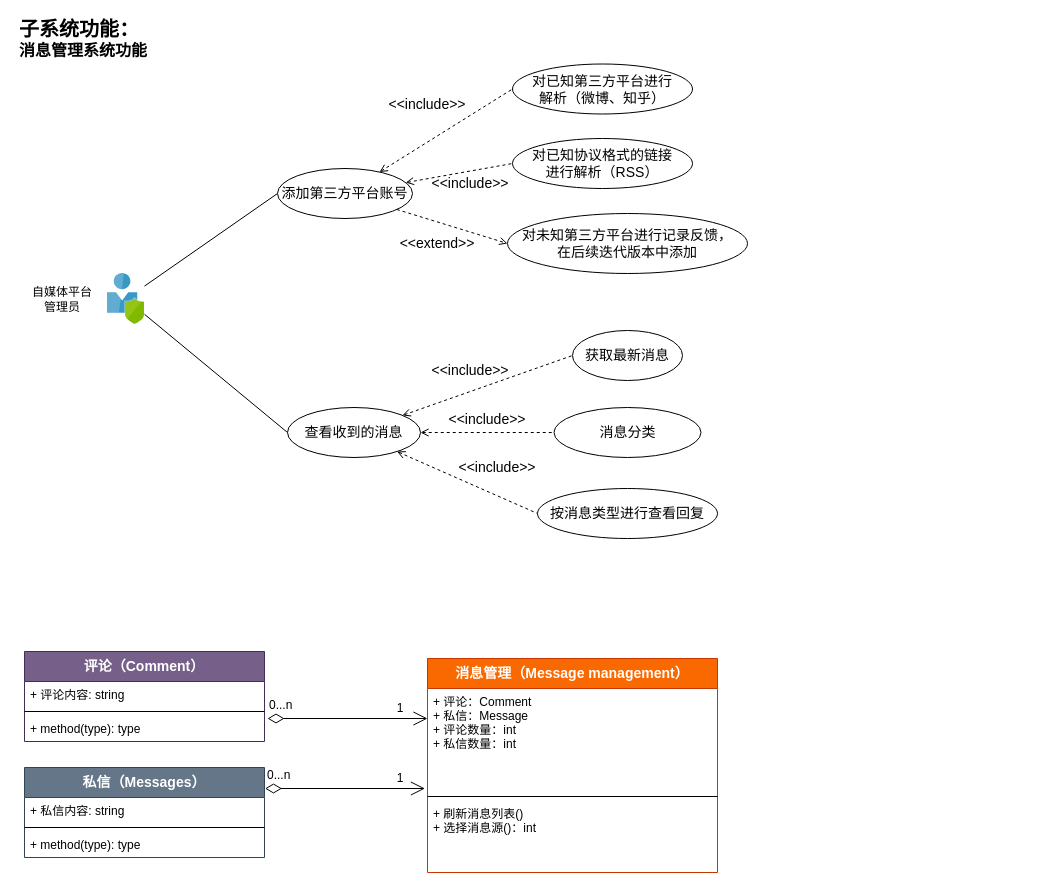
Above: 1-SoftwareRequirements/Messages/msg_usercase.drawio in zan-press/diagram (draw.io), before the change. Source tidied: cells renumbered, new cells numbered last; positions are measured from the earlier drawing's top-left corner, leaving out a move shared by most shapes. Both pictures are drawn from the tidied source at 100%, with x=0, y=0 at pixel (17, 18).
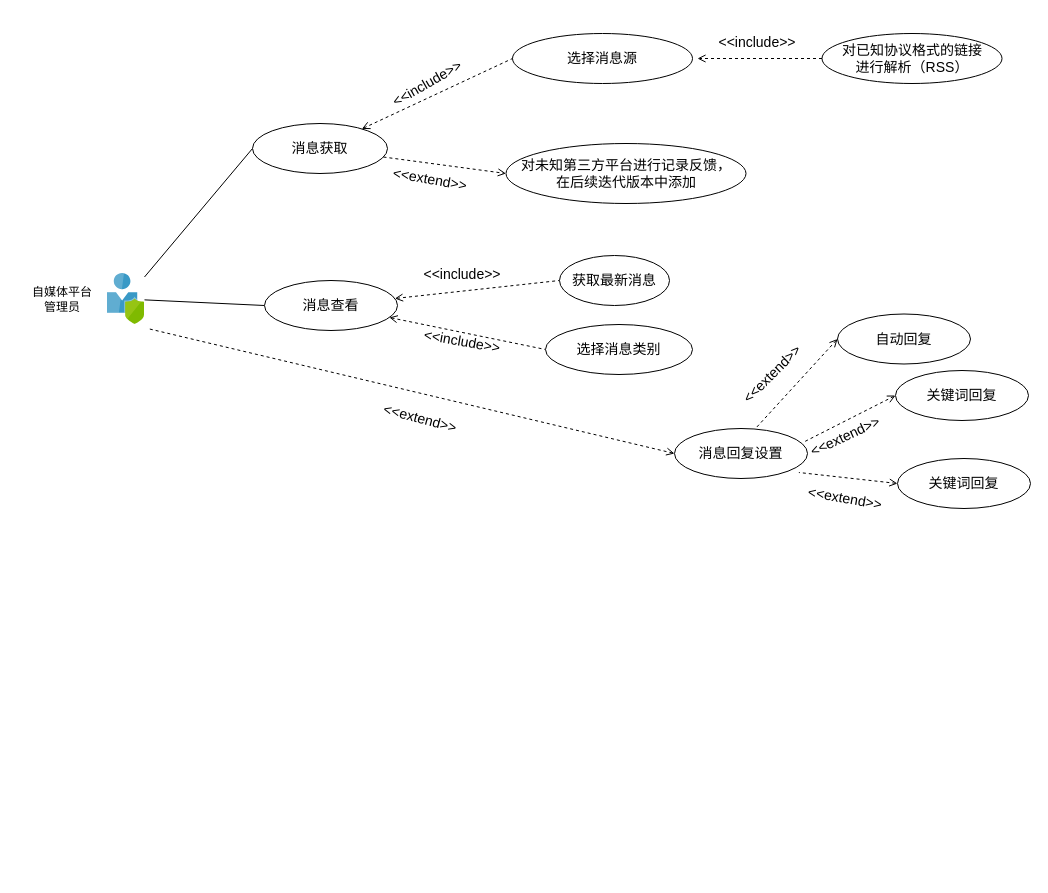
Above is the later version.

What changed in the source:
```diff
@@
-    <mxCell id="5" value="&lt;font style=&quot;font-size: 20px&quot;&gt;子系统功能：&lt;/font&gt;&lt;br style=&quot;font-size: 16px&quot;&gt;消息管理系统功能" style="text;html=1;strokeColor=none;fillColor=none;align=left;verticalAlign=middle;whiteSpace=wrap;rounded=0;fontFamily=SF Mono;fontStyle=1;fontSize=16;" parent="1" vertex="1">
-      <mxGeometry width="200" height="40" as="geometry" />
-    </mxCell>
@@
-    <mxCell id="9" style="edgeStyle=none;rounded=0;jettySize=auto;html=1;entryX=0;entryY=0.5;entryDx=0;entryDy=0;dashed=1;startArrow=open;startFill=0;endArrow=none;endFill=0;fontFamily=SF Mono;fontSize=14;" parent="1" edge="1" source="16" target="14">
-      <mxGeometry relative="1" as="geometry" />
-    </mxCell>
-    <mxCell id="10" value="添加第三方平台账号" style="ellipse;whiteSpace=wrap;html=1;fontFamily=SF Mono;fontSize=14;" parent="1" vertex="1">
-      <mxGeometry x="260" y="150" width="135" height="50" as="geometry" />
+    <mxCell id="10" value="消息获取" style="ellipse;whiteSpace=wrap;html=1;fontFamily=SF Mono;fontSize=14;" parent="1" vertex="1">
+      <mxGeometry x="235" y="105" width="135" height="50" as="geometry" />
     </mxCell>
-    <mxCell id="11" value="&amp;lt;&amp;lt;extend&amp;gt;&amp;gt;" style="text;html=1;strokeColor=none;fillColor=none;align=center;verticalAlign=middle;whiteSpace=wrap;rounded=0;fontFamily=SF Mono;fontSize=14;rotation=0;" parent="1" vertex="1">
-      <mxGeometry x="370" y="215" width="100" height="20" as="geometry" />
+    <mxCell id="11" value="&amp;lt;&amp;lt;extend&amp;gt;&amp;gt;" style="text;html=1;strokeColor=none;fillColor=none;align=center;verticalAlign=middle;whiteSpace=wrap;rounded=0;fontFamily=SF Mono;fontSize=14;rotation=10;" parent="1" vertex="1">
+      <mxGeometry x="363" y="150.5" width="100" height="20" as="geometry" />
     </mxCell>
     <mxCell id="12" value="获取最新消息" style="ellipse;whiteSpace=wrap;html=1;fontFamily=SF Mono;fontSize=14;" parent="1" vertex="1">
-      <mxGeometry x="555" y="312" width="110" height="50" as="geometry" />
+      <mxGeometry x="542" y="237" width="110" height="50" as="geometry" />
     </mxCell>
-    <mxCell id="13" value="消息分类" style="ellipse;whiteSpace=wrap;html=1;fontFamily=SF Mono;fontSize=14;" parent="1" vertex="1">
-      <mxGeometry x="536.5" y="389" width="147" height="50" as="geometry" />
+    <mxCell id="13" value="选择消息类别" style="ellipse;whiteSpace=wrap;html=1;fontFamily=SF Mono;fontSize=14;" parent="1" vertex="1">
+      <mxGeometry x="528" y="306" width="147" height="50" as="geometry" />
     </mxCell>
-    <mxCell id="14" value="按消息类型进行查看回复" style="ellipse;whiteSpace=wrap;html=1;fontFamily=SF Mono;fontSize=14;" parent="1" vertex="1">
-      <mxGeometry x="520" y="470" width="180" height="50" as="geometry" />
-    </mxCell>
     <mxCell id="15" value="&amp;lt;&amp;lt;include&amp;gt;&amp;gt;" style="text;html=1;strokeColor=none;fillColor=none;align=center;verticalAlign=middle;whiteSpace=wrap;rounded=0;fontFamily=SF Mono;fontSize=14;rotation=0;" parent="1" vertex="1">
-      <mxGeometry x="403" y="342" width="100" height="20" as="geometry" />
+      <mxGeometry x="395" y="245.5" width="100" height="20" as="geometry" />
     </mxCell>
-    <mxCell id="16" value="查看收到的消息" style="ellipse;whiteSpace=wrap;html=1;fontFamily=SF Mono;fontSize=14;" parent="1" vertex="1">
-      <mxGeometry x="270" y="389" width="133" height="50" as="geometry" />
+    <mxCell id="16" value="消息查看" style="ellipse;whiteSpace=wrap;html=1;fontFamily=SF Mono;fontSize=14;" parent="1" vertex="1">
+      <mxGeometry x="247" y="262" width="133" height="50" as="geometry" />
     </mxCell>
-    <mxCell id="17" value="&amp;lt;&amp;lt;include&amp;gt;&amp;gt;" style="text;html=1;strokeColor=none;fillColor=none;align=center;verticalAlign=middle;whiteSpace=wrap;rounded=0;fontFamily=SF Mono;fontSize=14;rotation=0;" parent="1" vertex="1">
-      <mxGeometry x="430" y="439" width="100" height="20" as="geometry" />
-    </mxCell>
-    <mxCell id="18" value="对已知第三方平台进行&lt;br&gt;解析（微博、知乎）" style="ellipse;whiteSpace=wrap;html=1;fontFamily=SF Mono;fontSize=14;" parent="1" vertex="1">
-      <mxGeometry x="495" y="45.5" width="180" height="50" as="geometry" />
+    <mxCell id="18" value="选择消息源" style="ellipse;whiteSpace=wrap;html=1;fontFamily=SF Mono;fontSize=14;" parent="1" vertex="1">
+      <mxGeometry x="495" y="15" width="180" height="50" as="geometry" />
     </mxCell>
@@
+    <mxCell id="43" style="edgeStyle=none;rounded=0;jettySize=auto;html=1;exitX=0;exitY=0.5;exitDx=0;exitDy=0;dashed=1;startArrow=none;startFill=0;endArrow=open;endFill=0;" parent="1" edge="1" source="20">
+      <mxGeometry relative="1" as="geometry">
+        <mxPoint x="680" y="40" as="targetPoint" />
+      </mxGeometry>
+    </mxCell>
     <mxCell id="20" value="对已知协议格式的链接&lt;br&gt;进行解析（RSS）" style="ellipse;whiteSpace=wrap;html=1;fontFamily=SF Mono;fontSize=14;" parent="1" vertex="1">
-      <mxGeometry x="495" y="120" width="180" height="50" as="geometry" />
+      <mxGeometry x="804.5" y="15" width="180" height="50" as="geometry" />
     </mxCell>
-    <mxCell id="21" style="edgeStyle=none;rounded=0;jettySize=auto;html=1;entryX=0;entryY=0.5;entryDx=0;entryDy=0;dashed=1;startArrow=open;startFill=0;endArrow=none;endFill=0;fontFamily=SF Mono;fontSize=14;" parent="1" edge="1" source="10" target="20">
-      <mxGeometry relative="1" as="geometry" />
-    </mxCell>
     <mxCell id="22" value="对未知第三方平台进行记录反馈，&lt;br&gt;在后续迭代版本中添加" style="ellipse;whiteSpace=wrap;html=1;fontFamily=SF Mono;fontSize=14;" parent="1" vertex="1">
-      <mxGeometry x="490" y="195" width="240" height="60" as="geometry" />
+      <mxGeometry x="488.5" y="125" width="240" height="60" as="geometry" />
     </mxCell>
@@
-    <mxCell id="24" value="&amp;lt;&amp;lt;include&amp;gt;&amp;gt;" style="text;html=1;strokeColor=none;fillColor=none;align=center;verticalAlign=middle;whiteSpace=wrap;rounded=0;fontFamily=SF Mono;fontSize=14;rotation=0;" parent="1" vertex="1">
-      <mxGeometry x="360" y="75.5" width="100" height="20" as="geometry" />
+    <mxCell id="24" value="&amp;lt;&amp;lt;include&amp;gt;&amp;gt;" style="text;html=1;strokeColor=none;fillColor=none;align=center;verticalAlign=middle;whiteSpace=wrap;rounded=0;fontFamily=SF Mono;fontSize=14;rotation=-30;" parent="1" vertex="1">
+      <mxGeometry x="360" y="55" width="100" height="20" as="geometry" />
     </mxCell>
     <mxCell id="25" value="&amp;lt;&amp;lt;include&amp;gt;&amp;gt;" style="text;html=1;strokeColor=none;fillColor=none;align=center;verticalAlign=middle;whiteSpace=wrap;rounded=0;fontFamily=SF Mono;fontSize=14;rotation=0;" parent="1" vertex="1">
-      <mxGeometry x="403" y="155" width="100" height="20" as="geometry" />
+      <mxGeometry x="689.8" y="14" width="100" height="20" as="geometry" />
     </mxCell>
-    <mxCell id="26" value="&amp;lt;&amp;lt;include&amp;gt;&amp;gt;" style="text;html=1;strokeColor=none;fillColor=none;align=center;verticalAlign=middle;whiteSpace=wrap;rounded=0;fontFamily=SF Mono;fontSize=14;rotation=0;" parent="1" vertex="1">
-      <mxGeometry x="420" y="390.5" width="100" height="20" as="geometry" />
+    <mxCell id="26" value="&amp;lt;&amp;lt;include&amp;gt;&amp;gt;" style="text;html=1;strokeColor=none;fillColor=none;align=center;verticalAlign=middle;whiteSpace=wrap;rounded=0;fontFamily=SF Mono;fontSize=14;rotation=10;" parent="1" vertex="1">
+      <mxGeometry x="395" y="313" width="100" height="20" as="geometry" />
     </mxCell>
-    <mxCell id="27" value="&lt;font style=&quot;font-size: 12px&quot;&gt;0...n&lt;/font&gt;" style="endArrow=open;html=1;endSize=12;startArrow=diamondThin;startSize=14;startFill=0;edgeStyle=orthogonalEdgeStyle;align=left;verticalAlign=bottom;fontSize=14;" parent="1" edge="1">
-      <mxGeometry x="-1" y="3" relative="1" as="geometry">
-        <mxPoint x="250" y="700" as="sourcePoint" />
-        <mxPoint x="410" y="700" as="targetPoint" />
-      </mxGeometry>
-    </mxCell>
-    <mxCell id="28" value="&lt;font style=&quot;font-size: 12px&quot;&gt;0...n&lt;/font&gt;" style="endArrow=open;html=1;endSize=12;startArrow=diamondThin;startSize=14;startFill=0;edgeStyle=orthogonalEdgeStyle;align=left;verticalAlign=bottom;fontSize=14;" parent="1" edge="1">
-      <mxGeometry x="-1" y="3" relative="1" as="geometry">
-        <mxPoint x="247.5" y="770" as="sourcePoint" />
-        <mxPoint x="407.5" y="770" as="targetPoint" />
-      </mxGeometry>
-    </mxCell>
-    <mxCell id="29" value="评论（Comment）" style="swimlane;fontStyle=1;align=center;verticalAlign=top;horizontal=1;startSize=30;fontSize=14;fillColor=#76608a;strokeColor=#432D57;fontColor=#ffffff;" parent="1" vertex="1">
-      <mxGeometry x="7" y="633" width="240" height="90" as="geometry" />
-    </mxCell>
-    <mxCell id="30" value="+ 评论内容: string" style="text;strokeColor=none;fillColor=none;align=left;verticalAlign=top;spacingLeft=4;spacingRight=4;overflow=hidden;" parent="29" vertex="1">
-      <mxGeometry y="30" width="240" height="26" as="geometry" />
-    </mxCell>
-    <mxCell id="31" style="line;strokeWidth=1;fillColor=none;align=left;verticalAlign=middle;spacingTop=-1;spacingLeft=3;spacingRight=3;labelPosition=right;" parent="29" vertex="1">
-      <mxGeometry y="56" width="240" height="8" as="geometry" />
-    </mxCell>
-    <mxCell id="32" value="+ method(type): type" style="text;strokeColor=none;fillColor=none;align=left;verticalAlign=top;spacingLeft=4;spacingRight=4;overflow=hidden;" parent="29" vertex="1">
-      <mxGeometry y="64" width="240" height="26" as="geometry" />
-    </mxCell>
-    <mxCell id="33" value="私信（Messages）" style="swimlane;fontStyle=1;align=center;verticalAlign=top;horizontal=1;startSize=30;fontSize=14;fillColor=#647687;strokeColor=#314354;fontColor=#ffffff;" parent="1" vertex="1">
-      <mxGeometry x="7" y="749" width="240" height="90" as="geometry" />
-    </mxCell>
-    <mxCell id="34" value="+ 私信内容: string" style="text;strokeColor=none;fillColor=none;align=left;verticalAlign=top;spacingLeft=4;spacingRight=4;overflow=hidden;" parent="33" vertex="1">
-      <mxGeometry y="30" width="240" height="26" as="geometry" />
-    </mxCell>
-    <mxCell id="35" style="line;strokeWidth=1;fillColor=none;align=left;verticalAlign=middle;spacingTop=-1;spacingLeft=3;spacingRight=3;labelPosition=right;" parent="33" vertex="1">
-      <mxGeometry y="56" width="240" height="8" as="geometry" />
-    </mxCell>
-    <mxCell id="36" value="+ method(type): type" style="text;strokeColor=none;fillColor=none;align=left;verticalAlign=top;spacingLeft=4;spacingRight=4;overflow=hidden;" parent="33" vertex="1">
-      <mxGeometry y="64" width="240" height="26" as="geometry" />
-    </mxCell>
-    <mxCell id="37" value="消息管理（Message management）" style="swimlane;fontStyle=1;align=center;verticalAlign=top;horizontal=1;startSize=30;fontSize=14;fillColor=#fa6800;strokeColor=#C73500;fontColor=#ffffff;" parent="1" vertex="1">
-      <mxGeometry x="410" y="640" width="290" height="214" as="geometry" />
-    </mxCell>
-    <mxCell id="38" value="+ 评论：Comment&#10;+ 私信：Message&#10;+ 评论数量：int&#10;+ 私信数量：int" style="text;strokeColor=none;fillColor=none;align=left;verticalAlign=top;spacingLeft=4;spacingRight=4;overflow=hidden;" parent="37" vertex="1">
-      <mxGeometry y="30" width="290" height="104" as="geometry" />
-    </mxCell>
-    <mxCell id="39" style="line;strokeWidth=1;fillColor=none;align=left;verticalAlign=middle;spacingTop=-1;spacingLeft=3;spacingRight=3;labelPosition=right;" parent="37" vertex="1">
-      <mxGeometry y="134" width="290" height="8" as="geometry" />
-    </mxCell>
-    <mxCell id="40" value="+ 刷新消息列表()&#10;+ 选择消息源()：int" style="text;strokeColor=none;fillColor=none;align=left;verticalAlign=top;spacingLeft=4;spacingRight=4;overflow=hidden;" parent="37" vertex="1">
-      <mxGeometry y="142" width="290" height="72" as="geometry" />
-    </mxCell>
-    <mxCell id="41" value="&lt;font style=&quot;font-size: 12px&quot;&gt;1&lt;/font&gt;" style="text;html=1;strokeColor=none;fillColor=none;align=center;verticalAlign=middle;whiteSpace=wrap;rounded=0;fontSize=14;" parent="1" vertex="1">
-      <mxGeometry x="363" y="679" width="40" height="20" as="geometry" />
-    </mxCell>
-    <mxCell id="42" value="&lt;font style=&quot;font-size: 12px&quot;&gt;1&lt;/font&gt;" style="text;html=1;strokeColor=none;fillColor=none;align=center;verticalAlign=middle;whiteSpace=wrap;rounded=0;fontSize=14;" parent="1" vertex="1">
-      <mxGeometry x="363" y="749" width="40" height="20" as="geometry" />
-    </mxCell>
+    <mxCell id="44" style="edgeStyle=none;rounded=0;jettySize=auto;html=1;exitX=0;exitY=0.5;exitDx=0;exitDy=0;endArrow=none;endFill=0;dashed=1;startArrow=open;startFill=0;" parent="1" edge="1" source="45">
+      <mxGeometry relative="1" as="geometry">
+        <mxPoint x="130" y="310" as="targetPoint" />
+      </mxGeometry>
+    </mxCell>
+    <mxCell id="45" value="消息回复设置" style="ellipse;whiteSpace=wrap;html=1;fontFamily=SF Mono;fontSize=14;" parent="1" vertex="1">
+      <mxGeometry x="657" y="410" width="133" height="50" as="geometry" />
+    </mxCell>
+    <mxCell id="46" style="edgeStyle=none;rounded=0;jettySize=auto;html=1;exitX=0;exitY=0.5;exitDx=0;exitDy=0;dashed=1;startArrow=open;startFill=0;endArrow=none;endFill=0;" parent="1" edge="1" source="47">
+      <mxGeometry relative="1" as="geometry">
+        <mxPoint x="738" y="410" as="targetPoint" />
+      </mxGeometry>
+    </mxCell>
+    <mxCell id="47" value="自动回复" style="ellipse;whiteSpace=wrap;html=1;fontFamily=SF Mono;fontSize=14;" parent="1" vertex="1">
+      <mxGeometry x="820" y="295.5" width="133" height="50" as="geometry" />
+    </mxCell>
+    <mxCell id="48" style="edgeStyle=none;rounded=0;jettySize=auto;html=1;exitX=0;exitY=0.5;exitDx=0;exitDy=0;entryX=0.965;entryY=0.28;entryDx=0;entryDy=0;entryPerimeter=0;dashed=1;startArrow=open;startFill=0;endArrow=none;endFill=0;" parent="1" edge="1" source="49" target="45">
+      <mxGeometry relative="1" as="geometry" />
+    </mxCell>
+    <mxCell id="49" value="关键词回复" style="ellipse;whiteSpace=wrap;html=1;fontFamily=SF Mono;fontSize=14;" parent="1" vertex="1">
+      <mxGeometry x="878" y="352" width="133" height="50" as="geometry" />
+    </mxCell>
+    <mxCell id="50" style="edgeStyle=none;rounded=0;jettySize=auto;html=1;exitX=0;exitY=0.5;exitDx=0;exitDy=0;entryX=0.935;entryY=0.88;entryDx=0;entryDy=0;entryPerimeter=0;dashed=1;startArrow=open;startFill=0;endArrow=none;endFill=0;" parent="1" edge="1" source="51" target="45">
+      <mxGeometry relative="1" as="geometry" />
+    </mxCell>
+    <mxCell id="51" value="关键词回复" style="ellipse;whiteSpace=wrap;html=1;fontFamily=SF Mono;fontSize=14;" parent="1" vertex="1">
+      <mxGeometry x="880" y="440" width="133" height="50" as="geometry" />
+    </mxCell>
+    <mxCell id="52" value="&amp;lt;&amp;lt;extend&amp;gt;&amp;gt;" style="text;html=1;strokeColor=none;fillColor=none;align=center;verticalAlign=middle;whiteSpace=wrap;rounded=0;fontFamily=SF Mono;fontSize=14;rotation=15;" parent="1" vertex="1">
+      <mxGeometry x="353" y="390" width="100" height="20" as="geometry" />
+    </mxCell>
+    <mxCell id="53" value="&amp;lt;&amp;lt;extend&amp;gt;&amp;gt;" style="text;html=1;strokeColor=none;fillColor=none;align=center;verticalAlign=middle;whiteSpace=wrap;rounded=0;fontFamily=SF Mono;fontSize=14;rotation=-45;" parent="1" vertex="1">
+      <mxGeometry x="704.5" y="346" width="100" height="20" as="geometry" />
+    </mxCell>
+    <mxCell id="54" value="&amp;lt;&amp;lt;extend&amp;gt;&amp;gt;" style="text;html=1;strokeColor=none;fillColor=none;align=center;verticalAlign=middle;whiteSpace=wrap;rounded=0;fontFamily=SF Mono;fontSize=14;rotation=10;" parent="1" vertex="1">
+      <mxGeometry x="778" y="470" width="100" height="20" as="geometry" />
+    </mxCell>
+    <mxCell id="55" value="&amp;lt;&amp;lt;extend&amp;gt;&amp;gt;" style="text;html=1;strokeColor=none;fillColor=none;align=center;verticalAlign=middle;whiteSpace=wrap;rounded=0;fontFamily=SF Mono;fontSize=14;rotation=-25;" parent="1" vertex="1">
+      <mxGeometry x="778" y="408" width="100" height="20" as="geometry" />
+    </mxCell>
```
